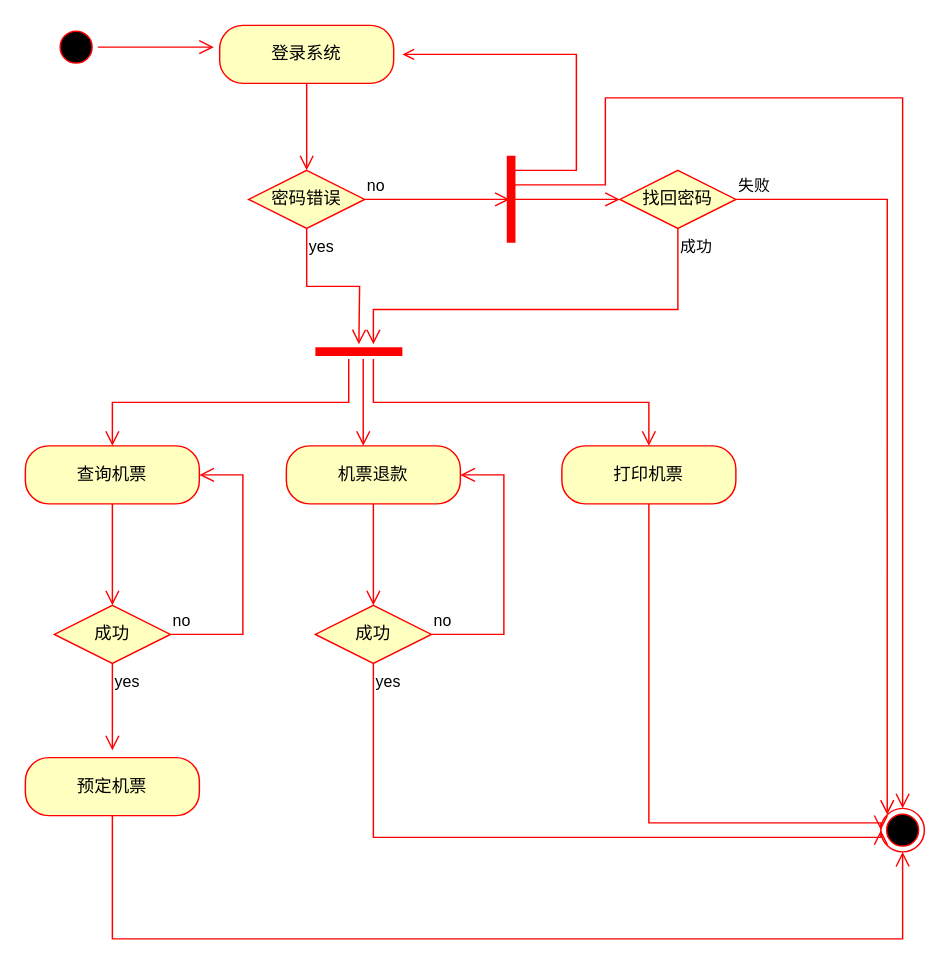
The draw.io diagram 活动图.drawio in ZhangShuui/ForDrawIo, before the edit. Source tidied: cells renumbered, new cells numbered last; positions are measured from the earlier drawing's top-left corner, leaving out a move shared by most shapes. Both pictures are drawn from the tidied source at 145%, with x=0, y=0 at pixel (25, 25).
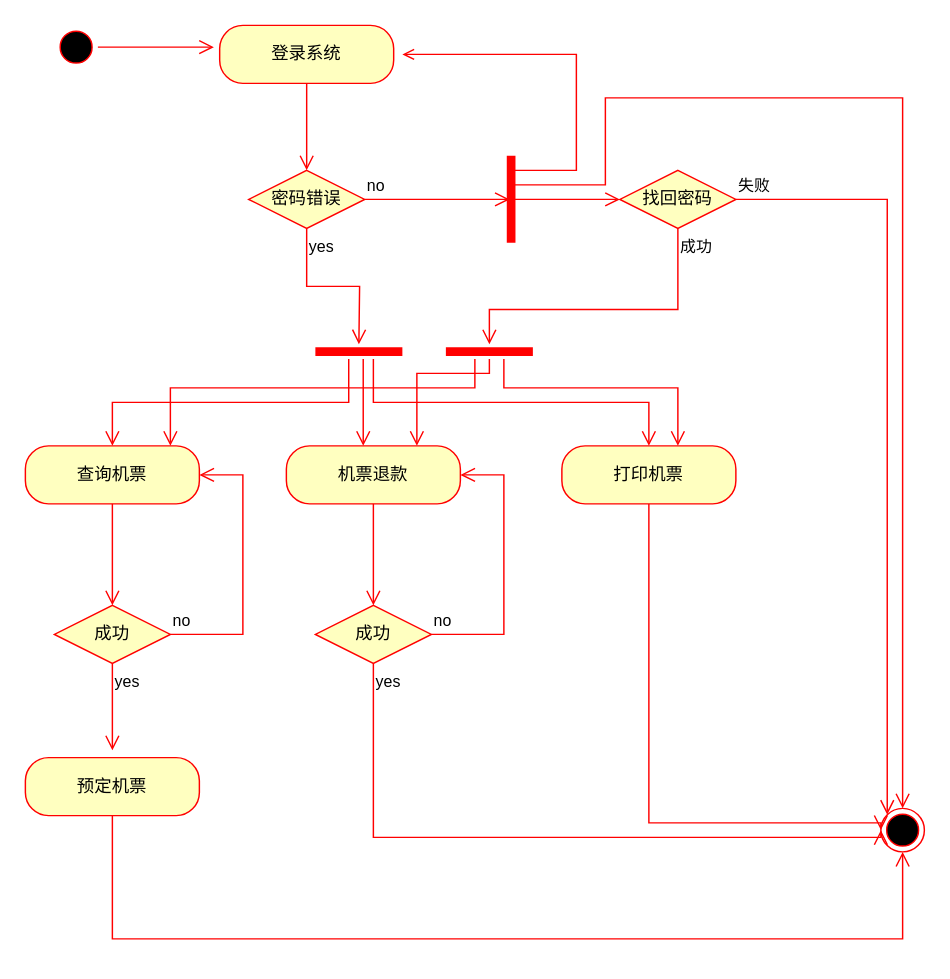
The same diagram, later.

Commit message:
更新活动图.drawio

The change refers to these unchanged cells:
```xml
<mxCell id="10" value="找回密码" style="rhombus;whiteSpace=wrap;html=1;fontColor=#000000;fillColor=#ffffc0;strokeColor=#ff0000;" parent="1" vertex="1">
  <mxGeometry x="410" y="100" width="80" height="40" as="geometry" />
</mxCell>
```

The edit, as a diff of the source:
```diff
@@
     <mxCell id="12" value="成功" style="edgeStyle=orthogonalEdgeStyle;html=1;align=left;verticalAlign=top;endArrow=open;endSize=8;strokeColor=#ff0000;rounded=0;" parent="1" edge="1" source="10">
       <mxGeometry x="-1" relative="1" as="geometry">
-        <mxPoint x="240" y="220" as="targetPoint" />
+        <mxPoint x="320" y="220" as="targetPoint" />
         <Array as="points">
           <mxPoint x="450" y="196" />
-          <mxPoint x="240" y="196" />
+          <mxPoint x="320" y="196" />
+          <mxPoint x="320" y="220" />
         </Array>
       </mxGeometry>
     </mxCell>
@@
+    <mxCell id="35" style="shape=line;html=1;strokeWidth=6;strokeColor=#ff0000;" parent="1" vertex="1">
+      <mxGeometry x="290" y="220" width="60" height="10" as="geometry" />
+    </mxCell>
+    <mxCell id="36" style="edgeStyle=orthogonalEdgeStyle;html=1;verticalAlign=bottom;endArrow=open;endSize=8;strokeColor=#ff0000;rounded=0;" parent="1" edge="1">
+      <mxGeometry relative="1" as="geometry">
+        <mxPoint x="310" y="230" as="sourcePoint" />
+        <mxPoint x="100" y="290" as="targetPoint" />
+        <Array as="points">
+          <mxPoint x="310" y="230" />
+          <mxPoint x="310" y="250" />
+          <mxPoint x="100" y="250" />
+        </Array>
+      </mxGeometry>
+    </mxCell>
+    <mxCell id="37" style="edgeStyle=orthogonalEdgeStyle;html=1;verticalAlign=bottom;endArrow=open;endSize=8;strokeColor=#ff0000;rounded=0;" parent="1" edge="1" source="35">
+      <mxGeometry relative="1" as="geometry">
+        <mxPoint x="270" y="290" as="targetPoint" />
+        <Array as="points">
+          <mxPoint x="320" y="240" />
+          <mxPoint x="270" y="240" />
+        </Array>
+      </mxGeometry>
+    </mxCell>
+    <mxCell id="38" style="edgeStyle=orthogonalEdgeStyle;html=1;verticalAlign=bottom;endArrow=open;endSize=8;strokeColor=#ff0000;rounded=0;" parent="1" edge="1">
+      <mxGeometry relative="1" as="geometry">
+        <mxPoint x="330" y="230" as="sourcePoint" />
+        <mxPoint x="450" y="290" as="targetPoint" />
+        <Array as="points">
+          <mxPoint x="330" y="230" />
+          <mxPoint x="330" y="250" />
+          <mxPoint x="450" y="250" />
+        </Array>
+      </mxGeometry>
+    </mxCell>
```
